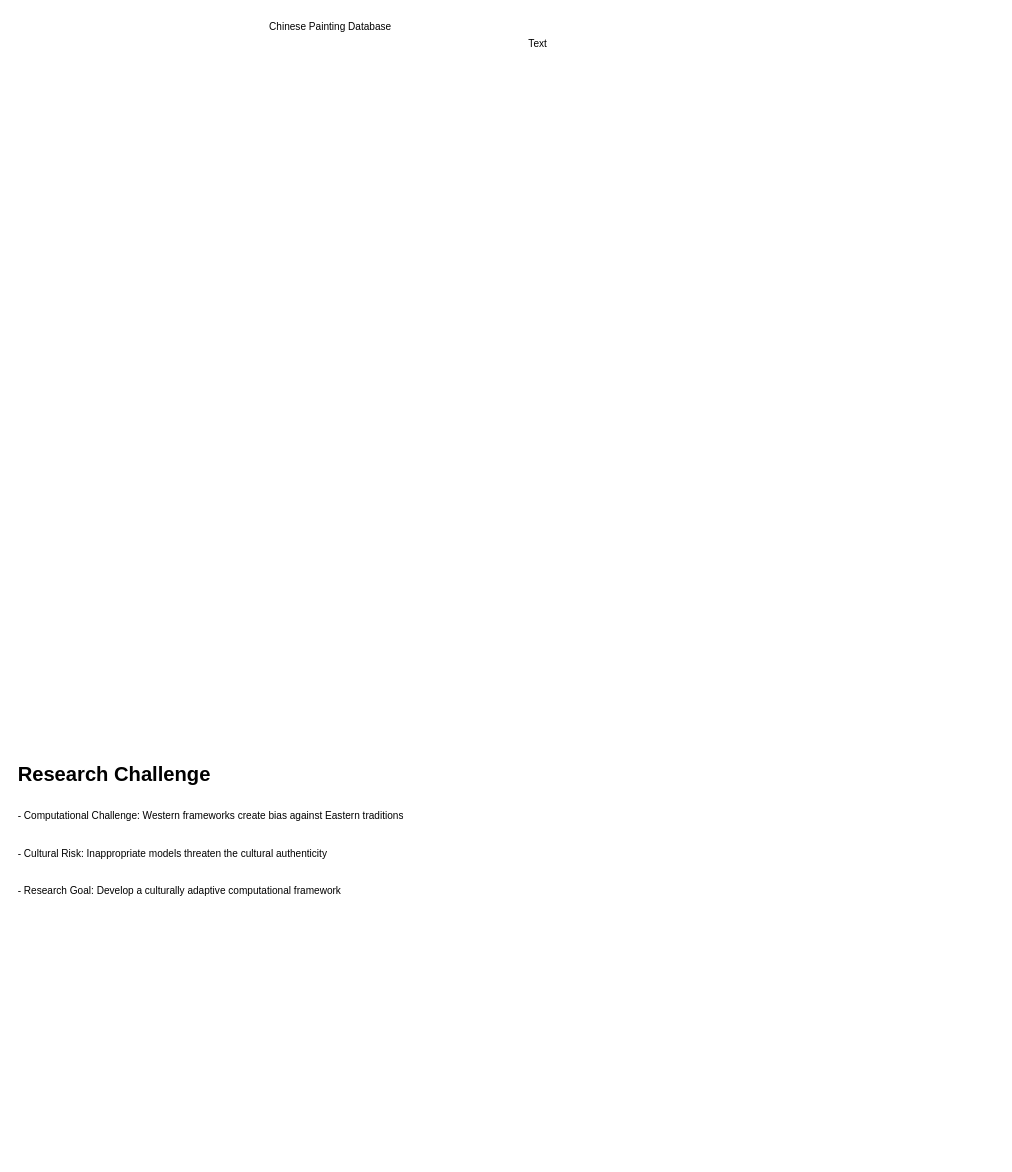
The draw.io diagram 未命名绘图.drawio in yha9806/chinese-painting-dataset-manager, before the edit. Source tidied: cells renumbered, new cells numbered last; positions are measured from the earlier drawing's top-left corner, leaving out a move shared by most shapes. Both pictures are drawn from the tidied source at 84%, with x=0, y=0 at pixel (16, 14).
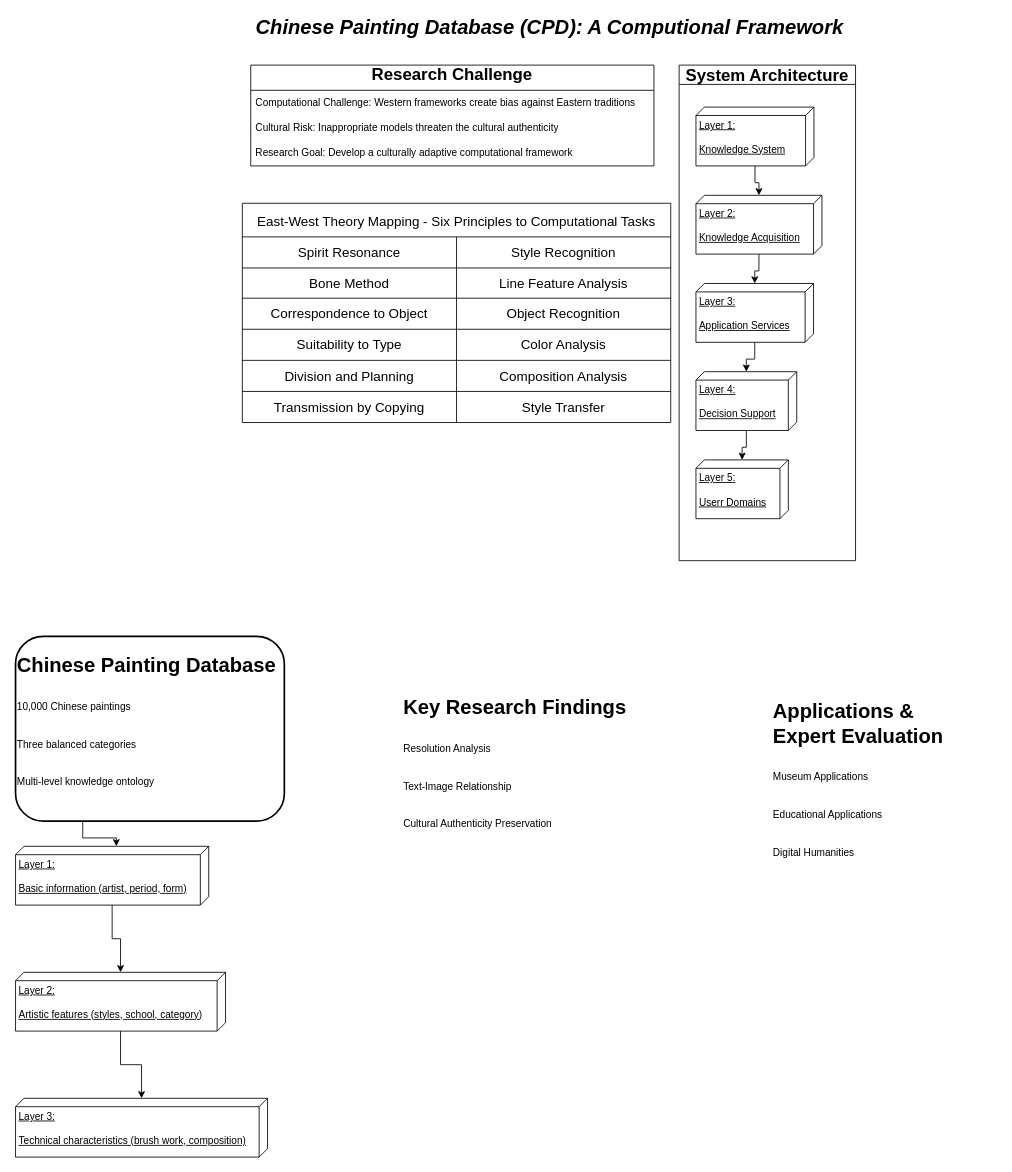
The same diagram, later.

Commit message:
更新未命名绘图.drawio

Change to the diagram source:
```diff
@@
-    <mxCell id="2" value="&lt;h1 style=&quot;margin-top: 0px;&quot;&gt;&lt;span style=&quot;background-color: transparent;&quot;&gt;Research Challenge&lt;/span&gt;&lt;/h1&gt;&lt;h1 style=&quot;margin-top: 0px;&quot;&gt;&lt;span style=&quot;font-size: 12px; font-weight: 400;&quot;&gt;- Computational Challenge: Western frameworks create bias against Eastern traditions&lt;/span&gt;&lt;/h1&gt;&lt;h1 style=&quot;margin-top: 0px;&quot;&gt;&lt;span style=&quot;font-size: 12px; font-weight: 400;&quot;&gt;- Cultural Risk: Inappropriate models threaten the cultural authenticity&lt;/span&gt;&lt;/h1&gt;&lt;h1 style=&quot;margin-top: 0px;&quot;&gt;&lt;span style=&quot;font-size: 12px; font-weight: 400;&quot;&gt;- Research Goal: Develop a culturally adaptive computational framework&lt;/span&gt;&lt;/h1&gt;" style="text;html=1;whiteSpace=wrap;overflow=hidden;rounded=0;verticalAlign=middle;" parent="1" vertex="1">
-      <mxGeometry y="870" width="481" height="220" as="geometry" />
-    </mxCell>
-    <mxCell id="3" value="Text" style="text;html=1;align=center;verticalAlign=middle;whiteSpace=wrap;rounded=0;" parent="1" vertex="1">
-      <mxGeometry x="591" y="20" width="60" height="30" as="geometry" />
-    </mxCell>
-    <mxCell id="4" value="Chinese Painting Database" style="text;html=1;align=center;verticalAlign=middle;whiteSpace=wrap;rounded=0;" parent="1" vertex="1">
-      <mxGeometry x="219" width="310" height="30" as="geometry" />
+    <mxCell id="4" value="&lt;b&gt;&lt;font style=&quot;font-size: 24px;&quot;&gt;Chinese Painting Database (CPD): A Computional Framework&lt;/font&gt;&lt;/b&gt;" style="text;html=1;align=center;verticalAlign=middle;whiteSpace=wrap;rounded=0;fontStyle=2;" parent="1" vertex="1">
+      <mxGeometry x="219" width="832" height="30" as="geometry" />
     </mxCell>
+    <mxCell id="5" value="East-West Theory Mapping - Six Principles to Computational Tasks" style="shape=table;startSize=40;childLayout=tableLayout;strokeColor=default;fontSize=16;" parent="1" vertex="1">
+      <mxGeometry x="269" y="224.5" width="510" height="261" as="geometry" />
+    </mxCell>
+    <mxCell id="6" style="shape=tableRow;horizontal=0;startSize=0;swimlaneHead=0;swimlaneBody=0;strokeColor=inherit;top=0;left=0;bottom=0;right=0;fillColor=none;fontSize=16;" parent="5" vertex="1">
+      <mxGeometry y="40" width="510" height="37" as="geometry" />
+    </mxCell>
+    <mxCell id="7" value="Spirit Resonance" style="shape=partialRectangle;html=1;whiteSpace=wrap;strokeColor=inherit;overflow=hidden;fillColor=none;top=0;left=0;bottom=0;right=0;fontSize=16;" parent="6" vertex="1">
+      <mxGeometry width="255" height="37" as="geometry" />
+    </mxCell>
+    <mxCell id="8" value="Style Recognition" style="shape=partialRectangle;html=1;whiteSpace=wrap;strokeColor=inherit;overflow=hidden;fillColor=none;top=0;left=0;bottom=0;right=0;fontSize=16;" parent="6" vertex="1">
+      <mxGeometry x="255" width="255" height="37" as="geometry" />
+    </mxCell>
+    <mxCell id="9" style="shape=tableRow;horizontal=0;startSize=0;swimlaneHead=0;swimlaneBody=0;strokeColor=inherit;top=0;left=0;bottom=0;right=0;fillColor=none;fontSize=16;" parent="5" vertex="1">
+      <mxGeometry y="77" width="510" height="36" as="geometry" />
+    </mxCell>
+    <mxCell id="10" value="Bone Method" style="shape=partialRectangle;html=1;whiteSpace=wrap;strokeColor=inherit;overflow=hidden;fillColor=none;top=0;left=0;bottom=0;right=0;fontSize=16;" parent="9" vertex="1">
+      <mxGeometry width="255" height="36" as="geometry" />
+    </mxCell>
+    <mxCell id="11" value="Line Feature Analysis" style="shape=partialRectangle;html=1;whiteSpace=wrap;strokeColor=inherit;overflow=hidden;fillColor=none;top=0;left=0;bottom=0;right=0;fontSize=16;" parent="9" vertex="1">
+      <mxGeometry x="255" width="255" height="36" as="geometry" />
+    </mxCell>
+    <mxCell id="12" style="shape=tableRow;horizontal=0;startSize=0;swimlaneHead=0;swimlaneBody=0;strokeColor=inherit;top=0;left=0;bottom=0;right=0;fillColor=none;fontSize=16;" parent="5" vertex="1">
+      <mxGeometry y="113" width="510" height="37" as="geometry" />
+    </mxCell>
+    <mxCell id="13" value="Correspondence to Object" style="shape=partialRectangle;html=1;whiteSpace=wrap;strokeColor=inherit;overflow=hidden;fillColor=none;top=0;left=0;bottom=0;right=0;fontSize=16;" parent="12" vertex="1">
+      <mxGeometry width="255" height="37" as="geometry" />
+    </mxCell>
+    <mxCell id="14" value="Object Recognition" style="shape=partialRectangle;html=1;whiteSpace=wrap;strokeColor=inherit;overflow=hidden;fillColor=none;top=0;left=0;bottom=0;right=0;fontSize=16;" parent="12" vertex="1">
+      <mxGeometry x="255" width="255" height="37" as="geometry" />
+    </mxCell>
+    <mxCell id="15" style="shape=tableRow;horizontal=0;startSize=0;swimlaneHead=0;swimlaneBody=0;strokeColor=inherit;top=0;left=0;bottom=0;right=0;fillColor=none;fontSize=16;" parent="5" vertex="1">
+      <mxGeometry y="150" width="510" height="37" as="geometry" />
+    </mxCell>
+    <mxCell id="16" value="Suitability to Type" style="shape=partialRectangle;html=1;whiteSpace=wrap;strokeColor=inherit;overflow=hidden;fillColor=none;top=0;left=0;bottom=0;right=0;fontSize=16;" parent="15" vertex="1">
+      <mxGeometry width="255" height="37" as="geometry" />
+    </mxCell>
+    <mxCell id="17" value="Color Analysis" style="shape=partialRectangle;html=1;whiteSpace=wrap;strokeColor=inherit;overflow=hidden;fillColor=none;top=0;left=0;bottom=0;right=0;fontSize=16;" parent="15" vertex="1">
+      <mxGeometry x="255" width="255" height="37" as="geometry" />
+    </mxCell>
+    <mxCell id="18" style="shape=tableRow;horizontal=0;startSize=0;swimlaneHead=0;swimlaneBody=0;strokeColor=inherit;top=0;left=0;bottom=0;right=0;fillColor=none;fontSize=16;" parent="5" vertex="1">
+      <mxGeometry y="187" width="510" height="37" as="geometry" />
+    </mxCell>
+    <mxCell id="19" value="Division and Planning" style="shape=partialRectangle;html=1;whiteSpace=wrap;strokeColor=inherit;overflow=hidden;fillColor=none;top=0;left=0;bottom=0;right=0;fontSize=16;" parent="18" vertex="1">
+      <mxGeometry width="255" height="37" as="geometry" />
+    </mxCell>
+    <mxCell id="20" value="Composition Analysis" style="shape=partialRectangle;html=1;whiteSpace=wrap;strokeColor=inherit;overflow=hidden;fillColor=none;top=0;left=0;bottom=0;right=0;fontSize=16;" parent="18" vertex="1">
+      <mxGeometry x="255" width="255" height="37" as="geometry" />
+    </mxCell>
+    <mxCell id="21" style="shape=tableRow;horizontal=0;startSize=0;swimlaneHead=0;swimlaneBody=0;strokeColor=inherit;top=0;left=0;bottom=0;right=0;fillColor=none;fontSize=16;" parent="5" vertex="1">
+      <mxGeometry y="224" width="510" height="37" as="geometry" />
+    </mxCell>
+    <mxCell id="22" value="Transmission by Copying" style="shape=partialRectangle;html=1;whiteSpace=wrap;strokeColor=inherit;overflow=hidden;fillColor=none;top=0;left=0;bottom=0;right=0;fontSize=16;" parent="21" vertex="1">
+      <mxGeometry width="255" height="37" as="geometry" />
+    </mxCell>
+    <mxCell id="23" value="Style Transfer" style="shape=partialRectangle;html=1;whiteSpace=wrap;strokeColor=inherit;overflow=hidden;fillColor=none;top=0;left=0;bottom=0;right=0;fontSize=16;" parent="21" vertex="1">
+      <mxGeometry x="255" width="255" height="37" as="geometry" />
+    </mxCell>
+    <mxCell id="24" value="&lt;h1 style=&quot;margin-top: 0px;&quot;&gt;&lt;span style=&quot;background-color: transparent;&quot;&gt;Chinese Painting Database&lt;/span&gt;&lt;/h1&gt;&lt;h1 style=&quot;margin-top: 0px;&quot;&gt;&lt;span style=&quot;background-color: transparent; font-size: 12px; font-weight: 400;&quot;&gt;10,000 Chinese paintings&lt;/span&gt;&lt;/h1&gt;&lt;h1 style=&quot;margin-top: 0px;&quot;&gt;&lt;span style=&quot;background-color: transparent; font-size: 12px; font-weight: 400;&quot;&gt;Three balanced categories&lt;/span&gt;&lt;/h1&gt;&lt;h1 style=&quot;margin-top: 0px;&quot;&gt;&lt;span style=&quot;background-color: transparent; font-size: 12px; font-weight: 400;&quot;&gt;Multi-level knowledge ontology&lt;/span&gt;&lt;/h1&gt;" style="text;html=1;whiteSpace=wrap;overflow=hidden;rounded=1;verticalAlign=middle;fillColor=default;gradientColor=none;strokeColor=default;glass=0;shadow=0;strokeWidth=2;" parent="1" vertex="1">
+      <mxGeometry x="-1" y="740" width="320" height="220" as="geometry" />
+    </mxCell>
+    <mxCell id="25" value="&lt;h1 style=&quot;margin-top: 0px;&quot;&gt;&lt;span style=&quot;background-color: transparent;&quot;&gt;Key Research Findings&lt;/span&gt;&lt;/h1&gt;&lt;h1 style=&quot;margin-top: 0px;&quot;&gt;&lt;span style=&quot;background-color: transparent; font-size: 12px; font-weight: 400;&quot;&gt;Resolution Analysis&lt;/span&gt;&lt;/h1&gt;&lt;h1 style=&quot;margin-top: 0px;&quot;&gt;&lt;span style=&quot;background-color: transparent; font-size: 12px; font-weight: 400;&quot;&gt;Text-Image Relationship&lt;/span&gt;&lt;/h1&gt;&lt;h1 style=&quot;margin-top: 0px;&quot;&gt;&lt;span style=&quot;font-size: 12px; font-weight: 400;&quot;&gt;Cultural Authenticity Preservation&lt;/span&gt;&lt;/h1&gt;" style="text;html=1;whiteSpace=wrap;overflow=hidden;rounded=0;verticalAlign=middle;" parent="1" vertex="1">
+      <mxGeometry x="459" y="790" width="270" height="220" as="geometry" />
+    </mxCell>
+    <mxCell id="26" value="&lt;h1 style=&quot;margin-top: 0px;&quot;&gt;Applications &amp;amp; Expert&amp;nbsp;Evaluation&lt;/h1&gt;&lt;h1 style=&quot;margin-top: 0px;&quot;&gt;&lt;span style=&quot;background-color: transparent; font-size: 12px; font-weight: 400;&quot;&gt;Museum Applications&lt;/span&gt;&lt;/h1&gt;&lt;h1 style=&quot;margin-top: 0px;&quot;&gt;&lt;span style=&quot;background-color: transparent; font-size: 12px; font-weight: 400;&quot;&gt;Educational Applications&lt;/span&gt;&lt;/h1&gt;&lt;h1 style=&quot;margin-top: 0px;&quot;&gt;&lt;span style=&quot;font-size: 12px; font-weight: 400;&quot;&gt;Digital Humanities&lt;/span&gt;&lt;/h1&gt;" style="text;html=1;whiteSpace=wrap;overflow=hidden;rounded=0;verticalAlign=middle;" parent="1" vertex="1">
+      <mxGeometry x="899" y="810" width="270" height="220" as="geometry" />
+    </mxCell>
+    <mxCell id="27" style="edgeStyle=orthogonalEdgeStyle;rounded=0;jettySize=auto;html=1;" parent="1" edge="1" source="28" target="30">
+      <mxGeometry relative="1" as="geometry" />
+    </mxCell>
+    <mxCell id="28" value="Layer 1:&lt;br&gt;&lt;br&gt;Basic information (artist, period, form)" style="verticalAlign=top;align=left;spacingTop=8;spacingLeft=2;spacingRight=12;shape=cube;size=10;direction=south;fontStyle=4;html=1;whiteSpace=wrap;" parent="1" vertex="1">
+      <mxGeometry x="-1" y="990" width="230" height="70" as="geometry" />
+    </mxCell>
+    <mxCell id="29" style="edgeStyle=orthogonalEdgeStyle;rounded=0;jettySize=auto;html=1;" parent="1" edge="1" source="30" target="31">
+      <mxGeometry relative="1" as="geometry" />
+    </mxCell>
+    <mxCell id="30" value="Layer 2:&lt;br&gt;&lt;br&gt;Artistic features (styles, school, category)" style="verticalAlign=top;align=left;spacingTop=8;spacingLeft=2;spacingRight=12;shape=cube;size=10;direction=south;fontStyle=4;html=1;whiteSpace=wrap;" parent="1" vertex="1">
+      <mxGeometry x="-1" y="1140" width="250" height="70" as="geometry" />
+    </mxCell>
+    <mxCell id="31" value="Layer 3:&lt;br&gt;&lt;br&gt;Technical characteristics (brush work, composition)" style="verticalAlign=top;align=left;spacingTop=8;spacingLeft=2;spacingRight=12;shape=cube;size=10;direction=south;fontStyle=4;html=1;whiteSpace=wrap;" parent="1" vertex="1">
+      <mxGeometry x="-1" y="1290" width="300" height="70" as="geometry" />
+    </mxCell>
+    <mxCell id="32" style="edgeStyle=orthogonalEdgeStyle;rounded=0;jettySize=auto;html=1;exitX=0.25;exitY=1;exitDx=0;exitDy=0;entryX=0;entryY=0;entryDx=0;entryDy=110;entryPerimeter=0;" parent="1" edge="1" source="24" target="28">
+      <mxGeometry relative="1" as="geometry" />
+    </mxCell>
+    <mxCell id="33" value="&lt;font style=&quot;font-size: 20px;&quot;&gt;System Architecture&lt;/font&gt;" style="swimlane;whiteSpace=wrap;html=1;" parent="1" vertex="1">
+      <mxGeometry x="789" y="60" width="210" height="590" as="geometry" />
+    </mxCell>
+    <mxCell id="34" style="edgeStyle=orthogonalEdgeStyle;rounded=0;jettySize=auto;html=1;" parent="33" edge="1" source="40" target="41">
+      <mxGeometry relative="1" as="geometry" />
+    </mxCell>
+    <mxCell id="35" style="edgeStyle=orthogonalEdgeStyle;rounded=0;jettySize=auto;html=1;" parent="33" edge="1" source="41" target="42">
+      <mxGeometry relative="1" as="geometry" />
+    </mxCell>
+    <mxCell id="36" value="Layer 1:&lt;br&gt;&lt;br&gt;Knowledge System" style="verticalAlign=top;align=left;spacingTop=8;spacingLeft=2;spacingRight=12;shape=cube;size=10;direction=south;fontStyle=4;html=1;whiteSpace=wrap;flipV=0;flipH=0;" parent="33" vertex="1">
+      <mxGeometry x="20" y="50" width="140.5" height="70" as="geometry" />
+    </mxCell>
+    <mxCell id="37" value="Layer 2:&lt;br&gt;&lt;br&gt;Knowledge Acquisition" style="verticalAlign=top;align=left;spacingTop=8;spacingLeft=2;spacingRight=12;shape=cube;size=10;direction=south;fontStyle=4;html=1;whiteSpace=wrap;flipV=0;flipH=0;" parent="33" vertex="1">
+      <mxGeometry x="20" y="155" width="150" height="70" as="geometry" />
+    </mxCell>
+    <mxCell id="38" style="edgeStyle=orthogonalEdgeStyle;rounded=0;jettySize=auto;html=1;" parent="33" edge="1" source="36" target="37">
+      <mxGeometry relative="1" as="geometry" />
+    </mxCell>
+    <mxCell id="39" style="edgeStyle=orthogonalEdgeStyle;rounded=0;jettySize=auto;html=1;" parent="33" edge="1" source="37" target="40">
+      <mxGeometry relative="1" as="geometry" />
+    </mxCell>
+    <mxCell id="40" value="Layer 3:&lt;br&gt;&lt;br&gt;Application Services" style="verticalAlign=top;align=left;spacingTop=8;spacingLeft=2;spacingRight=12;shape=cube;size=10;direction=south;fontStyle=4;html=1;whiteSpace=wrap;flipV=0;flipH=0;" parent="33" vertex="1">
+      <mxGeometry x="20" y="260" width="140" height="70" as="geometry" />
+    </mxCell>
+    <mxCell id="41" value="Layer 4:&lt;br&gt;&lt;br&gt;Decision Support" style="verticalAlign=top;align=left;spacingTop=8;spacingLeft=2;spacingRight=12;shape=cube;size=10;direction=south;fontStyle=4;html=1;whiteSpace=wrap;flipV=0;flipH=0;" parent="33" vertex="1">
+      <mxGeometry x="20" y="365" width="120" height="70" as="geometry" />
+    </mxCell>
+    <mxCell id="42" value="Layer 5:&lt;br&gt;&lt;br&gt;Userr Domains" style="verticalAlign=top;align=left;spacingTop=8;spacingLeft=2;spacingRight=12;shape=cube;size=10;direction=south;fontStyle=4;html=1;whiteSpace=wrap;flipV=0;flipH=0;" parent="33" vertex="1">
+      <mxGeometry x="20" y="470" width="110" height="70" as="geometry" />
+    </mxCell>
+    <mxCell id="43" value="&lt;h1 style=&quot;margin-top: 0px; line-height: 2.4px;&quot;&gt;&lt;span style=&quot;background-color: transparent;&quot;&gt;&lt;font style=&quot;line-height: 2px; font-size: 20px;&quot;&gt;Research Challenge&lt;/font&gt;&lt;/span&gt;&lt;/h1&gt;" style="swimlane;fontStyle=0;horizontal=1;startSize=30;whiteSpace=wrap;html=1;align=center;verticalAlign=bottom;" parent="1" vertex="1">
+      <mxGeometry x="279" y="60" width="480" height="120" as="geometry" />
+    </mxCell>
+    <mxCell id="44" value="Computational Challenge: Western frameworks create bias against Eastern traditions" style="text;strokeColor=none;fillColor=none;align=left;verticalAlign=middle;spacingLeft=4;spacingRight=4;overflow=hidden;whiteSpace=wrap;html=1;" parent="43" vertex="1">
+      <mxGeometry y="30" width="480" height="30" as="geometry" />
+    </mxCell>
+    <mxCell id="45" value="Cultural Risk: Inappropriate models threaten the cultural authenticity" style="text;strokeColor=none;fillColor=none;align=left;verticalAlign=middle;spacingLeft=4;spacingRight=4;overflow=hidden;whiteSpace=wrap;html=1;" parent="43" vertex="1">
+      <mxGeometry y="60" width="480" height="30" as="geometry" />
+    </mxCell>
+    <mxCell id="46" value="Research Goal: Develop a culturally adaptive computational framework" style="text;strokeColor=none;fillColor=none;align=left;verticalAlign=middle;spacingLeft=4;spacingRight=4;overflow=hidden;whiteSpace=wrap;html=1;" parent="43" vertex="1">
+      <mxGeometry y="90" width="480" height="30" as="geometry" />
+    </mxCell>
```
